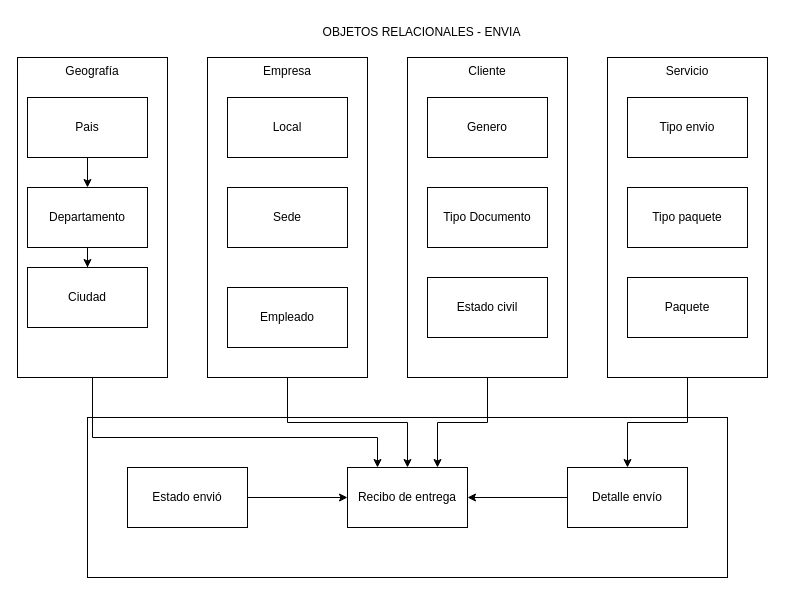
Earlier version of the draw.io diagram page "Objetos relacionales" (6 of 7) of 1. Planear/Envia.drawio (Jlcastano22/Envia). Source tidied: cells renumbered, new cells numbered last; positions are measured from the earlier drawing's top-left corner, leaving out a move shared by most shapes. Both pictures are drawn from the tidied source at 100%, with x=0, y=0 at pixel (17, 17).
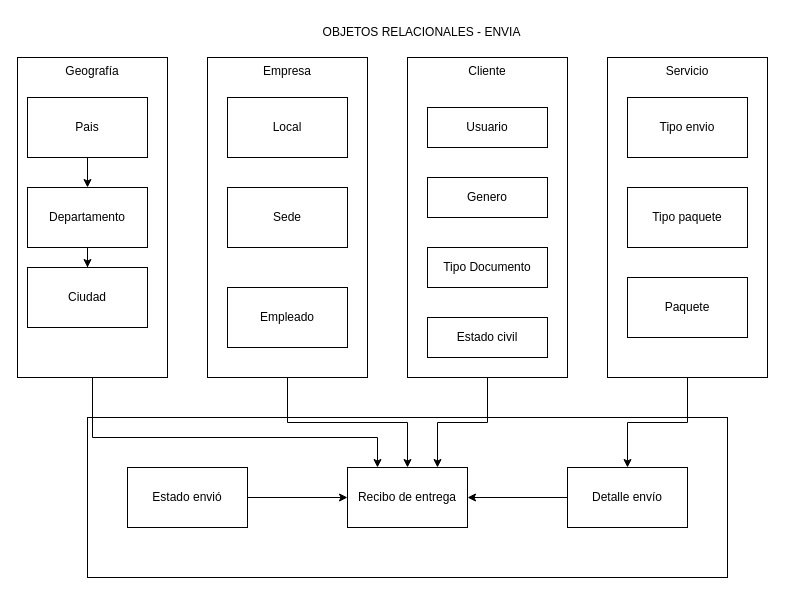
After the change.

Diff of the diagram source:
```diff
@@
-    <mxCell id="23" value="Genero" style="whiteSpace=wrap;html=1;" parent="1" vertex="1">
-      <mxGeometry x="410" y="80" width="120" height="60" as="geometry" />
+    <mxCell id="23" value="Usuario" style="whiteSpace=wrap;html=1;" parent="1" vertex="1">
+      <mxGeometry x="410" y="90" width="120" height="40" as="geometry" />
     </mxCell>
     <mxCell id="24" value="Tipo Documento" style="whiteSpace=wrap;html=1;" parent="1" vertex="1">
-      <mxGeometry x="410" y="170" width="120" height="60" as="geometry" />
+      <mxGeometry x="410" y="230" width="120" height="40" as="geometry" />
     </mxCell>
     <mxCell id="25" value="Estado civil" style="whiteSpace=wrap;html=1;" parent="1" vertex="1">
-      <mxGeometry x="410" y="260" width="120" height="60" as="geometry" />
+      <mxGeometry x="410" y="300" width="120" height="40" as="geometry" />
     </mxCell>
@@
+    <mxCell id="31" value="Genero" style="whiteSpace=wrap;html=1;" parent="1" vertex="1">
+      <mxGeometry x="410" y="160" width="120" height="40" as="geometry" />
+    </mxCell>
```
